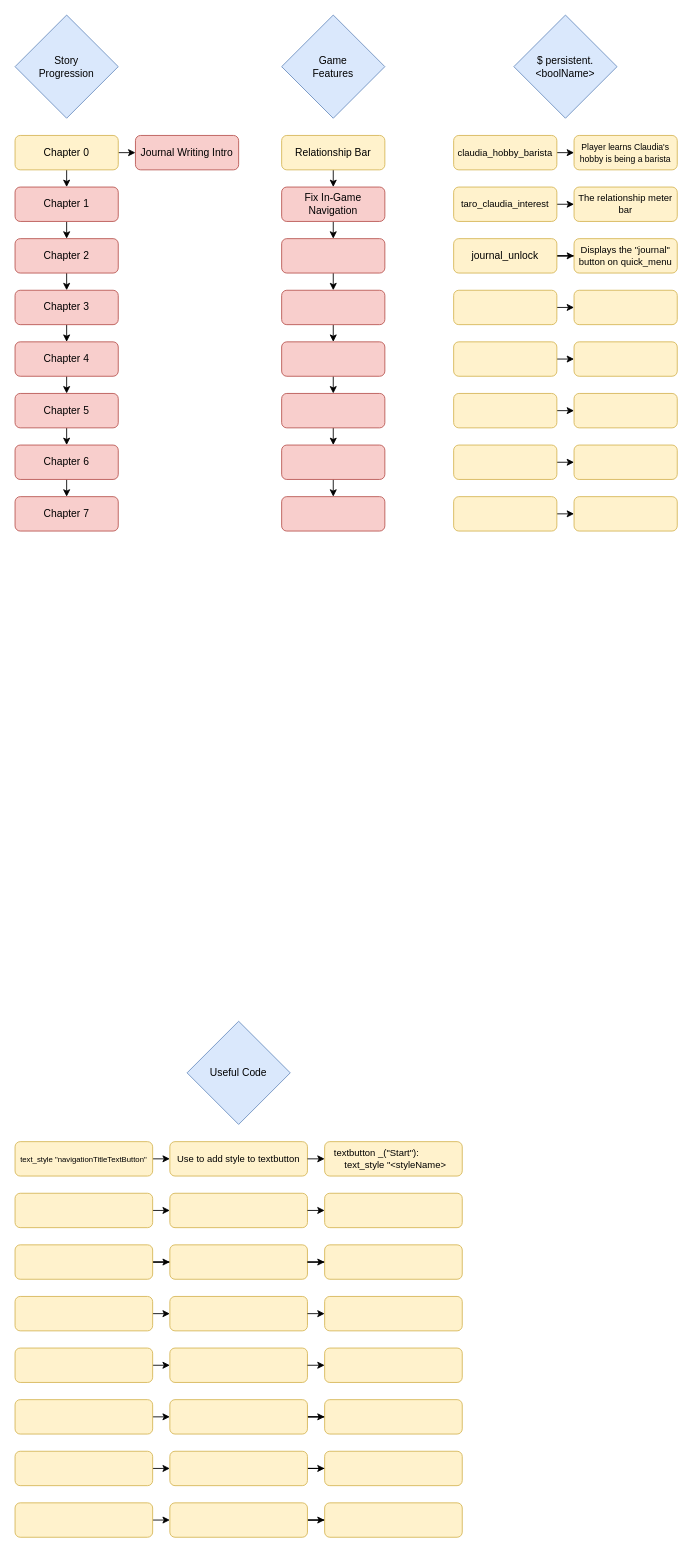
Earlier version of the draw.io diagram My Love/flowchart_development.drawio (L0veRaven/L0veRavenRenPy). Source tidied: cells renumbered, new cells numbered last; positions are measured from the earlier drawing's top-left corner, leaving out a move shared by most shapes. Both pictures are drawn from the tidied source at 86%, with x=0, y=0 at pixel (15, 15).
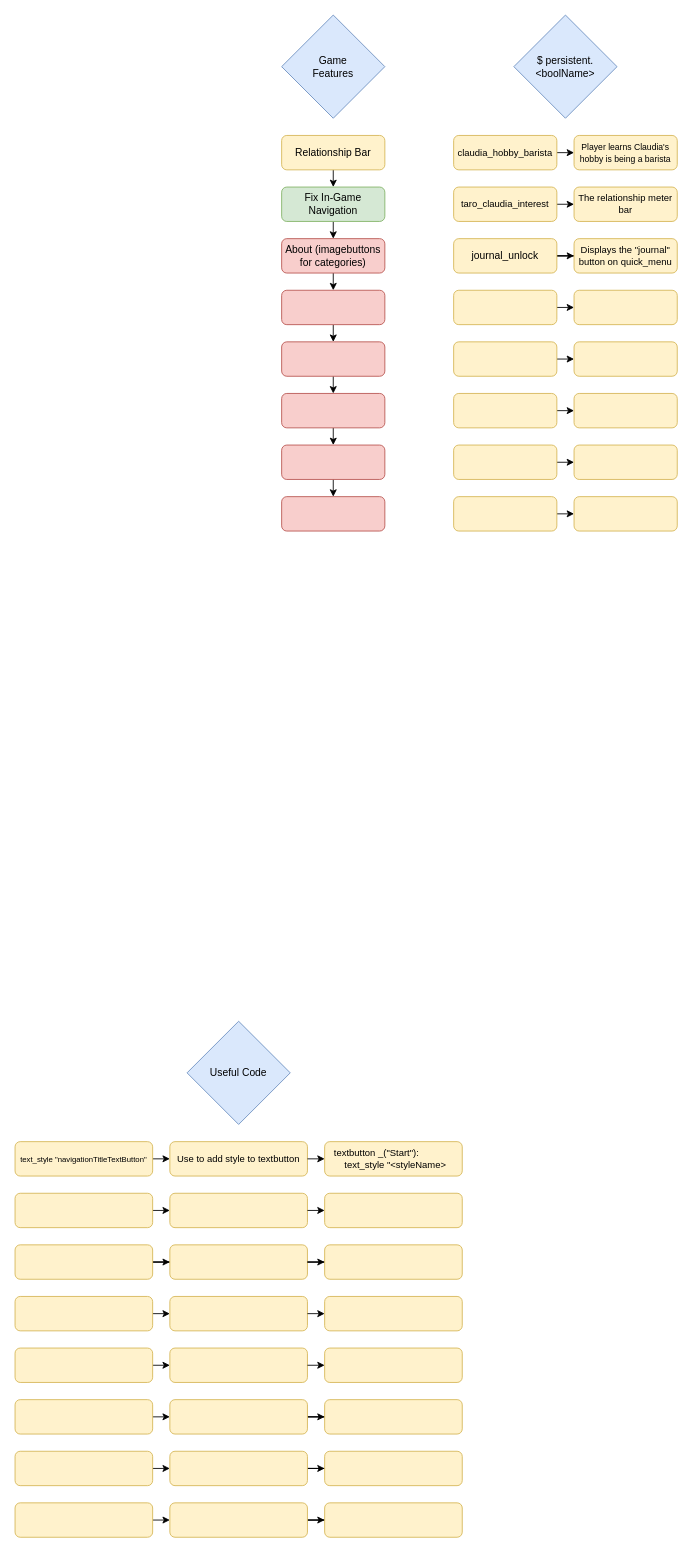
The same diagram, later.

What changed in the source:
```diff
@@
-    <mxCell id="2" style="edgeStyle=orthogonalEdgeStyle;rounded=0;jettySize=auto;html=1;exitX=0.5;exitY=1;exitDx=0;exitDy=0;entryX=0.5;entryY=0;entryDx=0;entryDy=0;" parent="1" edge="1" source="3" target="11">
-      <mxGeometry relative="1" as="geometry" />
-    </mxCell>
-    <mxCell id="3" value="Chapter 2" style="rounded=1;whiteSpace=wrap;html=1;fontSize=12;glass=0;strokeWidth=1;shadow=0;fillColor=#f8cecc;strokeColor=#b85450;" parent="1" vertex="1">
-      <mxGeometry y="260" width="120" height="40" as="geometry" />
-    </mxCell>
-    <mxCell id="4" style="edgeStyle=orthogonalEdgeStyle;rounded=0;jettySize=auto;html=1;exitX=0.5;exitY=1;exitDx=0;exitDy=0;entryX=0.5;entryY=0;entryDx=0;entryDy=0;" parent="1" edge="1" source="5" target="3">
-      <mxGeometry relative="1" as="geometry" />
-    </mxCell>
-    <mxCell id="5" value="Chapter 1" style="rounded=1;whiteSpace=wrap;html=1;fontSize=12;glass=0;strokeWidth=1;shadow=0;fillColor=#f8cecc;strokeColor=#b85450;" parent="1" vertex="1">
-      <mxGeometry y="200" width="120" height="40" as="geometry" />
-    </mxCell>
-    <mxCell id="6" style="edgeStyle=orthogonalEdgeStyle;rounded=0;jettySize=auto;html=1;exitX=0.5;exitY=1;exitDx=0;exitDy=0;entryX=0.5;entryY=0;entryDx=0;entryDy=0;" parent="1" edge="1" source="8" target="5">
-      <mxGeometry relative="1" as="geometry" />
-    </mxCell>
-    <mxCell id="7" style="edgeStyle=orthogonalEdgeStyle;rounded=0;jettySize=auto;html=1;exitX=1;exitY=0.5;exitDx=0;exitDy=0;entryX=0;entryY=0.5;entryDx=0;entryDy=0;" parent="1" edge="1" source="8" target="35">
-      <mxGeometry relative="1" as="geometry" />
-    </mxCell>
-    <mxCell id="8" value="Chapter 0" style="rounded=1;whiteSpace=wrap;html=1;fontSize=12;glass=0;strokeWidth=1;shadow=0;fillColor=#fff2cc;strokeColor=#d6b656;" parent="1" vertex="1">
-      <mxGeometry y="140" width="120" height="40" as="geometry" />
-    </mxCell>
-    <mxCell id="9" value="Story&lt;div&gt;&lt;span style=&quot;background-color: transparent; color: light-dark(rgb(0, 0, 0), rgb(255, 255, 255));&quot;&gt;Progression&lt;/span&gt;&lt;/div&gt;" style="rhombus;whiteSpace=wrap;html=1;fillColor=#dae8fc;strokeColor=#6c8ebf;" parent="1" vertex="1">
-      <mxGeometry width="120" height="120" as="geometry" />
-    </mxCell>
-    <mxCell id="10" style="edgeStyle=orthogonalEdgeStyle;rounded=0;jettySize=auto;html=1;exitX=0.5;exitY=1;exitDx=0;exitDy=0;entryX=0.5;entryY=0;entryDx=0;entryDy=0;" parent="1" edge="1" source="11" target="13">
-      <mxGeometry relative="1" as="geometry" />
-    </mxCell>
-    <mxCell id="11" value="Chapter 3" style="rounded=1;whiteSpace=wrap;html=1;fontSize=12;glass=0;strokeWidth=1;shadow=0;fillColor=#f8cecc;strokeColor=#b85450;" parent="1" vertex="1">
-      <mxGeometry y="320" width="120" height="40" as="geometry" />
-    </mxCell>
-    <mxCell id="12" style="edgeStyle=orthogonalEdgeStyle;rounded=0;jettySize=auto;html=1;exitX=0.5;exitY=1;exitDx=0;exitDy=0;entryX=0.5;entryY=0;entryDx=0;entryDy=0;" parent="1" edge="1" source="13" target="15">
-      <mxGeometry relative="1" as="geometry" />
-    </mxCell>
-    <mxCell id="13" value="Chapter 4" style="rounded=1;whiteSpace=wrap;html=1;fontSize=12;glass=0;strokeWidth=1;shadow=0;fillColor=#f8cecc;strokeColor=#b85450;" parent="1" vertex="1">
-      <mxGeometry y="380" width="120" height="40" as="geometry" />
-    </mxCell>
-    <mxCell id="14" style="edgeStyle=orthogonalEdgeStyle;rounded=0;jettySize=auto;html=1;exitX=0.5;exitY=1;exitDx=0;exitDy=0;entryX=0.5;entryY=0;entryDx=0;entryDy=0;" parent="1" edge="1" source="15" target="17">
-      <mxGeometry relative="1" as="geometry" />
-    </mxCell>
-    <mxCell id="15" value="Chapter 5" style="rounded=1;whiteSpace=wrap;html=1;fontSize=12;glass=0;strokeWidth=1;shadow=0;fillColor=#f8cecc;strokeColor=#b85450;" parent="1" vertex="1">
-      <mxGeometry y="440" width="120" height="40" as="geometry" />
-    </mxCell>
-    <mxCell id="16" style="edgeStyle=orthogonalEdgeStyle;rounded=0;jettySize=auto;html=1;exitX=0.5;exitY=1;exitDx=0;exitDy=0;entryX=0.5;entryY=0;entryDx=0;entryDy=0;" parent="1" edge="1" source="17" target="18">
-      <mxGeometry relative="1" as="geometry" />
-    </mxCell>
-    <mxCell id="17" value="Chapter 6" style="rounded=1;whiteSpace=wrap;html=1;fontSize=12;glass=0;strokeWidth=1;shadow=0;fillColor=#f8cecc;strokeColor=#b85450;" parent="1" vertex="1">
-      <mxGeometry y="500" width="120" height="40" as="geometry" />
-    </mxCell>
-    <mxCell id="18" value="Chapter 7" style="rounded=1;whiteSpace=wrap;html=1;fontSize=12;glass=0;strokeWidth=1;shadow=0;fillColor=#f8cecc;strokeColor=#b85450;" parent="1" vertex="1">
-      <mxGeometry y="560" width="120" height="40" as="geometry" />
-    </mxCell>
@@
-    <mxCell id="21" style="rounded=1;whiteSpace=wrap;html=1;fontSize=12;glass=0;strokeWidth=1;shadow=0;fillColor=#f8cecc;strokeColor=#b85450;" parent="1" vertex="1">
+    <mxCell id="21" value="About (imagebuttons for categories)" style="rounded=1;whiteSpace=wrap;html=1;fontSize=12;glass=0;strokeWidth=1;shadow=0;fillColor=#f8cecc;strokeColor=#b85450;" parent="1" vertex="1">
       <mxGeometry x="310" y="260" width="120" height="40" as="geometry" />
     </mxCell>
@@
-    <mxCell id="23" value="Fix In-Game Navigation" style="rounded=1;whiteSpace=wrap;html=1;fontSize=12;glass=0;strokeWidth=1;shadow=0;fillColor=#f8cecc;strokeColor=#b85450;" parent="1" vertex="1">
+    <mxCell id="23" value="Fix In-Game Navigation" style="rounded=1;whiteSpace=wrap;html=1;fontSize=12;glass=0;strokeWidth=1;shadow=0;fillColor=#d5e8d4;strokeColor=#82b366;" parent="1" vertex="1">
       <mxGeometry x="310" y="200" width="120" height="40" as="geometry" />
     </mxCell>
@@
-    <mxCell id="35" value="Journal Writing Intro" style="rounded=1;whiteSpace=wrap;html=1;fontSize=12;glass=0;strokeWidth=1;shadow=0;fillColor=#f8cecc;strokeColor=#b85450;" parent="1" vertex="1">
-      <mxGeometry x="140" y="140" width="120" height="40" as="geometry" />
-    </mxCell>
```
